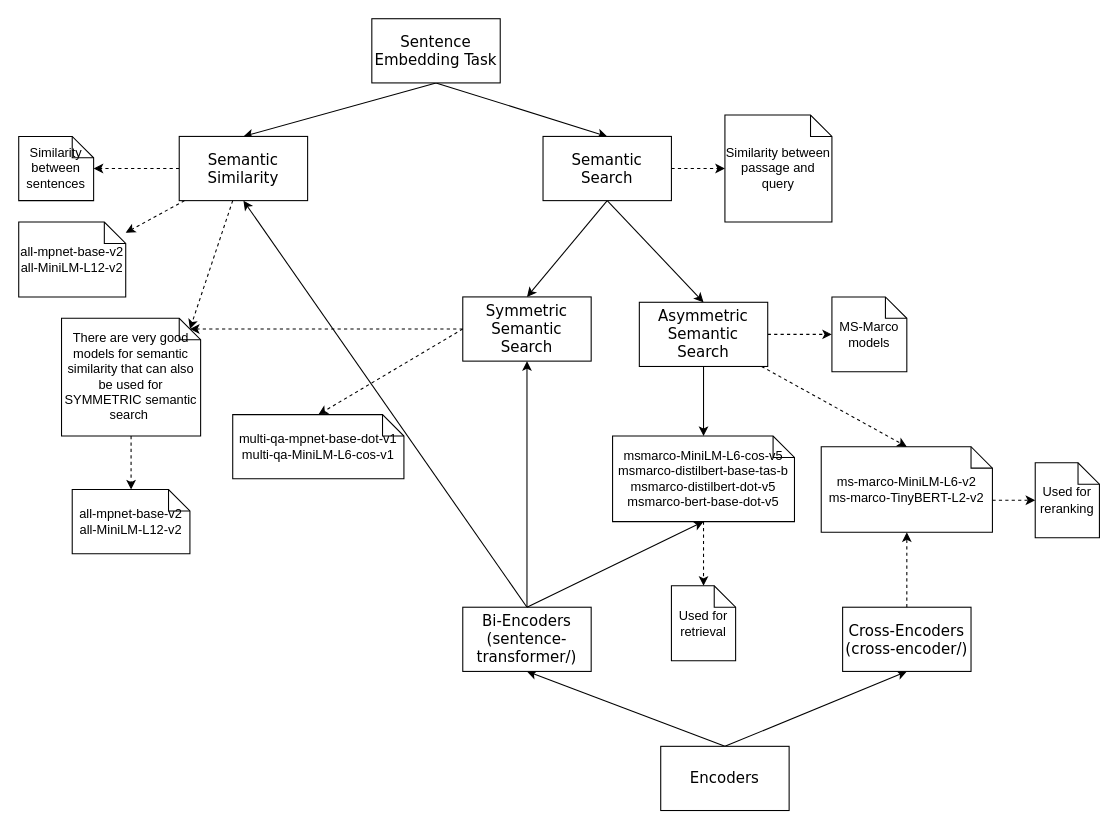
The draw.io diagram diagrams/embeddings.drawio in PKalozoumis/CEID-Thesis-2025, before the edit. Source tidied: cells renumbered, new cells numbered last; positions are measured from the earlier drawing's top-left corner, leaving out a move shared by most shapes. Both pictures are drawn from the tidied source at 107%, with x=0, y=0 at pixel (18, 18).
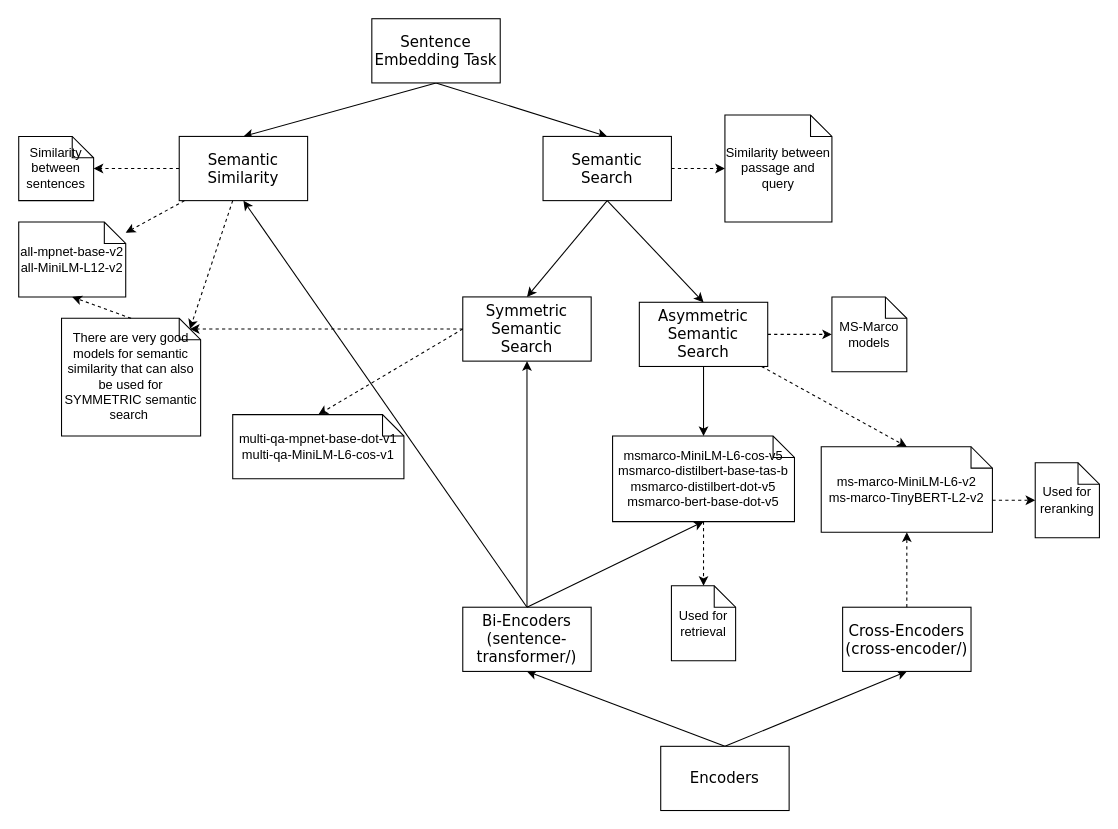
After the change.

The change refers to these unchanged cells:
```xml
<mxCell id="16" value="There are very good models for semantic similarity that can also be used for SYMMETRIC semantic search&amp;nbsp;" style="shape=note;size=20;whiteSpace=wrap;html=1;" parent="1" vertex="1">
  <mxGeometry x="40" y="280" width="130" height="110" as="geometry" />
</mxCell>
<mxCell id="19" value="all-mpnet-base-v2&lt;div&gt;all-MiniLM-L12-v2&lt;/div&gt;" style="shape=note;size=20;whiteSpace=wrap;html=1;" parent="1" vertex="1">
  <mxGeometry y="190" width="100" height="70" as="geometry" />
</mxCell>
```

Change to the diagram source:
```diff
@@
-    <mxCell id="15" style="edgeStyle=none;html=1;dashed=1;" parent="1" edge="1" source="16" target="18">
-      <mxGeometry relative="1" as="geometry" />
-    </mxCell>
@@
-    <mxCell id="18" value="all-mpnet-base-v2&lt;div&gt;all-MiniLM-L12-v2&lt;/div&gt;" style="shape=note;size=20;whiteSpace=wrap;html=1;" parent="1" vertex="1">
-      <mxGeometry x="50" y="440" width="110" height="60" as="geometry" />
-    </mxCell>
@@
+    <mxCell id="43" style="edgeStyle=none;html=1;exitX=0.5;exitY=0;exitDx=0;exitDy=0;exitPerimeter=0;entryX=0.5;entryY=1;entryDx=0;entryDy=0;entryPerimeter=0;dashed=1;" parent="1" edge="1" source="16" target="19">
+      <mxGeometry relative="1" as="geometry" />
+    </mxCell>
```
